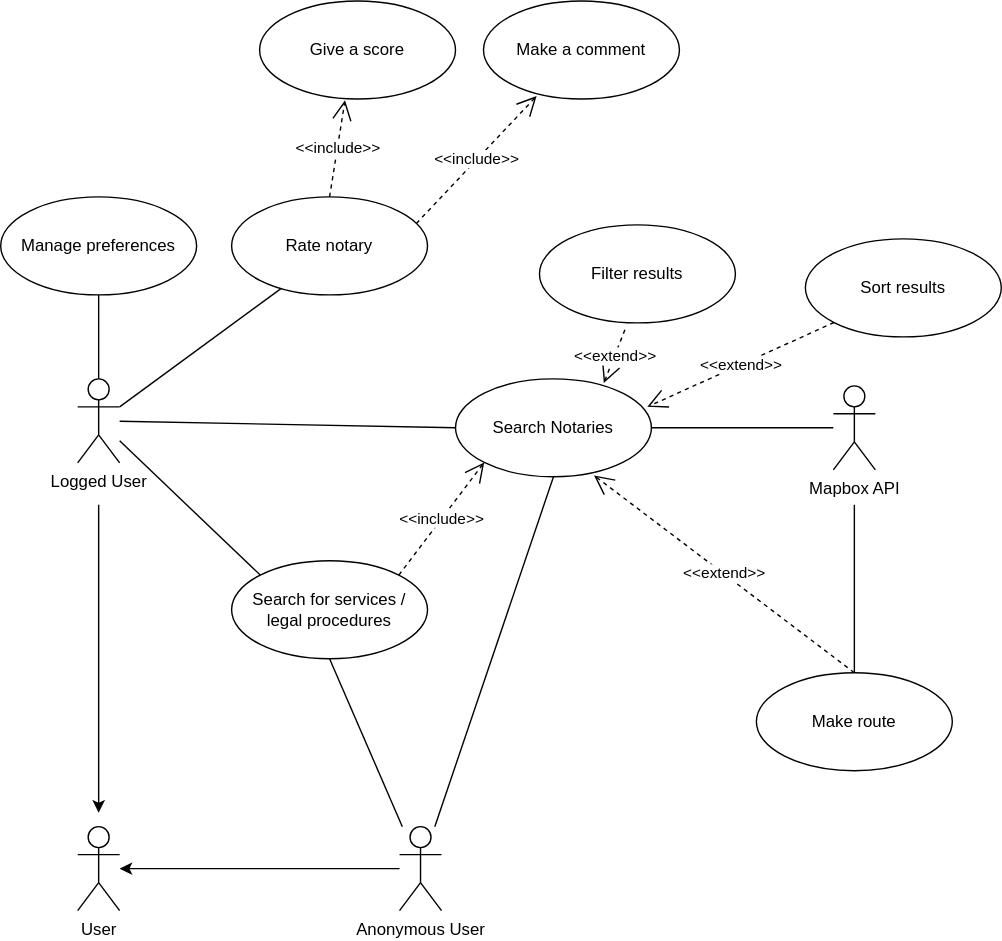
Before: diagrams/use-case-diagram.drawio.svg, a diagram exported from draw.io (IonitaCatalin/now-web-project). Source tidied: cells renumbered, new cells last; positions are measured from the earlier drawing's top-left corner, leaving out a move shared by most shapes.
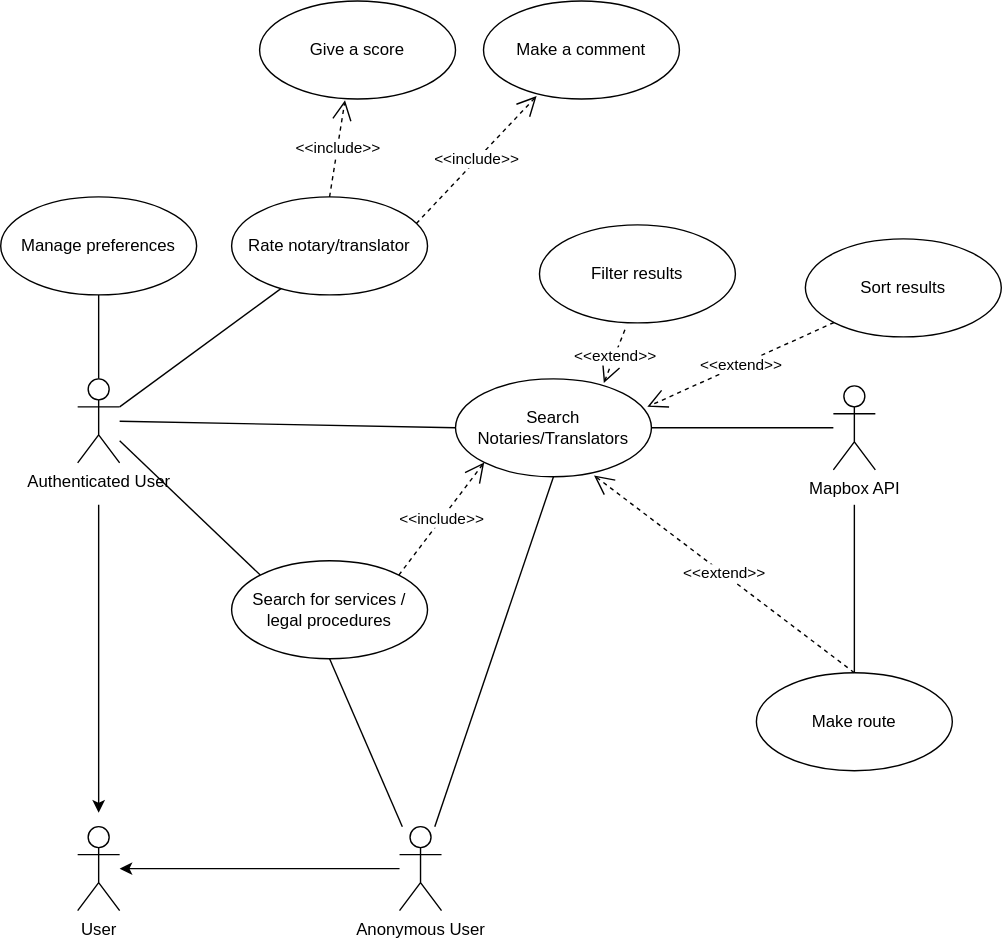
The same diagram one commit later.

Commit message:
updated crawler + use case diagrams

Change to the diagram source:
```diff
@@ -23,7 +23,7 @@
     <mxCell id="8" value="Mapbox API" style="shape=umlActor;verticalLabelPosition=bottom;verticalAlign=top;html=1;outlineConnect=0;" parent="1" vertex="1">
       <mxGeometry x="595" y="275" width="30" height="60" as="geometry" />
     </mxCell>
-    <mxCell id="9" value="Search Notaries" style="ellipse;whiteSpace=wrap;html=1;" parent="1" vertex="1">
+    <mxCell id="9" value="Search Notaries/Translators" style="ellipse;whiteSpace=wrap;html=1;" parent="1" vertex="1">
       <mxGeometry x="325" y="270" width="140" height="70" as="geometry" />
     </mxCell>
     <mxCell id="10" style="edgeStyle=none;rounded=0;jettySize=auto;html=1;entryX=0.5;entryY=1;entryDx=0;entryDy=0;endArrow=none;endFill=0;exitX=0.5;exitY=0;exitDx=0;exitDy=0;exitPerimeter=0;" parent="1" edge="1" source="16" target="23">
@@ -49,7 +49,7 @@
         <mxPoint x="70" y="580" as="targetPoint" />
       </mxGeometry>
     </mxCell>
-    <mxCell id="16" value="Logged User" style="shape=umlActor;verticalLabelPosition=bottom;verticalAlign=top;html=1;" parent="1" vertex="1">
+    <mxCell id="16" value="Authenticated User" style="shape=umlActor;verticalLabelPosition=bottom;verticalAlign=top;html=1;" parent="1" vertex="1">
       <mxGeometry x="55" y="270" width="30" height="60" as="geometry" />
     </mxCell>
     <mxCell id="17" value="Sort results" style="ellipse;whiteSpace=wrap;html=1;" parent="1" vertex="1">
@@ -75,7 +75,7 @@
     <mxCell id="23" value="Manage preferences" style="ellipse;whiteSpace=wrap;html=1;" parent="1" vertex="1">
       <mxGeometry y="140" width="140" height="70" as="geometry" />
     </mxCell>
-    <mxCell id="24" value="Rate notary" style="ellipse;whiteSpace=wrap;html=1;" parent="1" vertex="1">
+    <mxCell id="24" value="Rate notary/translator" style="ellipse;whiteSpace=wrap;html=1;" parent="1" vertex="1">
       <mxGeometry x="165" y="140" width="140" height="70" as="geometry" />
     </mxCell>
     <mxCell id="25" value="Give a score" style="ellipse;whiteSpace=wrap;html=1;" parent="1" vertex="1">
```
